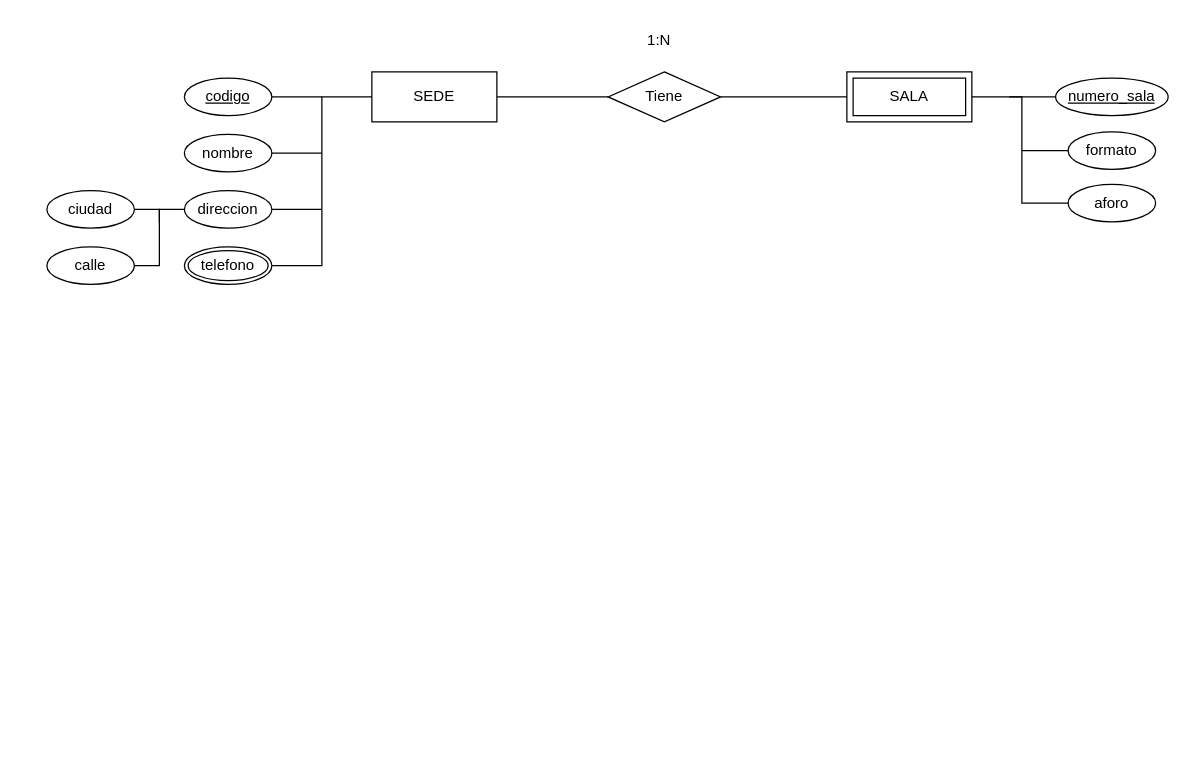
Above: Modelado/Parcial_Nocturna_DB1.drawio in jcabarcasr/Investigaciones-DB1-DB2 (draw.io), before the change. Source tidied: cells renumbered, new cells numbered last; positions are measured from the earlier drawing's top-left corner, leaving out a move shared by most shapes. Both pictures are drawn from the tidied source at 125%, with x=0, y=0 at pixel (46, 21).
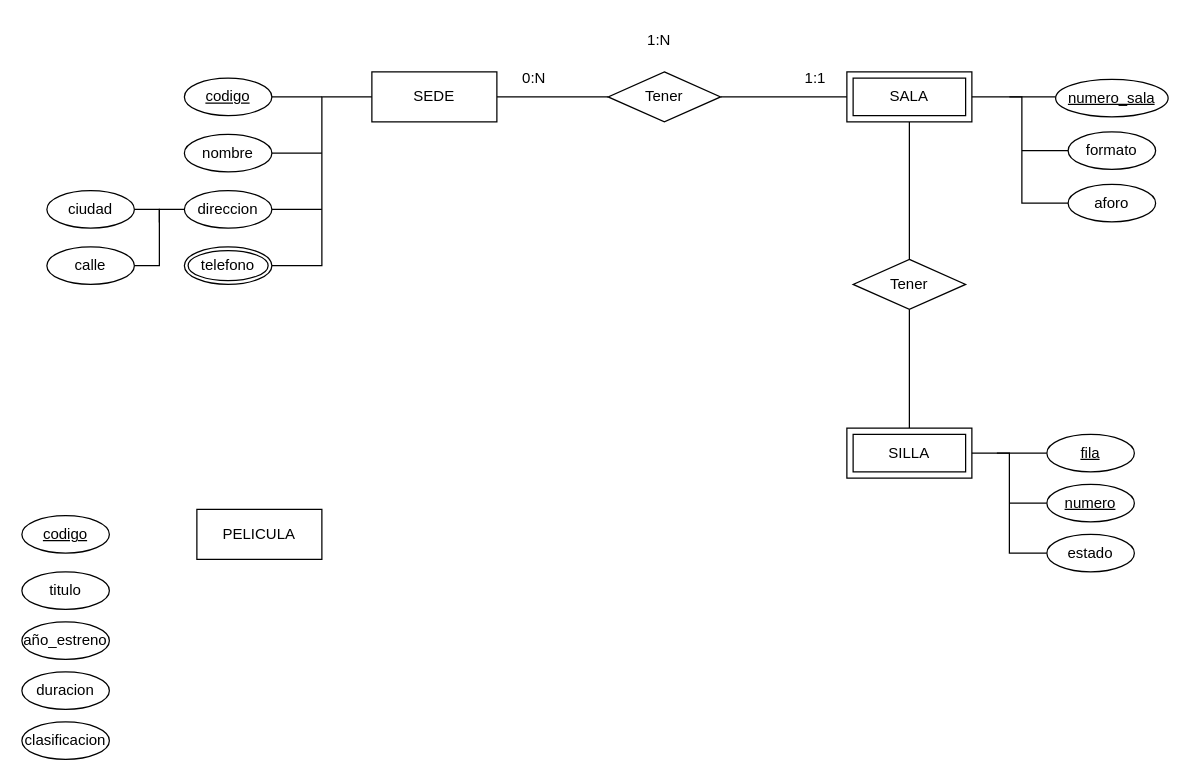
The same diagram, later.

Unchanged cells that the change refers to:
```xml
<mxCell id="16" value="SALA" style="shape=ext;margin=3;double=1;whiteSpace=wrap;html=1;align=center;" parent="1" vertex="1">
  <mxGeometry x="640" y="40" width="100" height="40" as="geometry" />
</mxCell>
```

Change to the diagram source:
```diff
@@
-    <mxCell id="17" style="edgeStyle=orthogonalEdgeStyle;rounded=0;jettySize=auto;html=1;endArrow=none;endFill=0;" parent="1" edge="1" source="18">
+    <mxCell id="17" style="edgeStyle=orthogonalEdgeStyle;rounded=0;orthogonalLoop=1;jettySize=auto;html=1;endArrow=none;endFill=0;" parent="1" edge="1">
       <mxGeometry relative="1" as="geometry">
+        <mxPoint x="807" y="60" as="sourcePoint" />
         <mxPoint x="770" y="60" as="targetPoint" />
       </mxGeometry>
     </mxCell>
-    <mxCell id="18" value="numero_sala" style="ellipse;whiteSpace=wrap;html=1;align=center;fontStyle=4;" parent="1" vertex="1">
-      <mxGeometry x="807" y="45" width="90" height="30" as="geometry" />
-    </mxCell>
@@
-    <mxCell id="24" value="Tiene" style="shape=rhombus;perimeter=rhombusPerimeter;whiteSpace=wrap;html=1;align=center;" parent="1" vertex="1">
+    <mxCell id="24" value="Tener" style="shape=rhombus;perimeter=rhombusPerimeter;whiteSpace=wrap;html=1;align=center;" parent="1" vertex="1">
       <mxGeometry x="449" y="40" width="90" height="40" as="geometry" />
     </mxCell>
@@
+    <mxCell id="26" style="edgeStyle=orthogonalEdgeStyle;rounded=0;jettySize=auto;html=1;entryX=0.5;entryY=1;entryDx=0;entryDy=0;endArrow=none;endFill=0;" parent="1" edge="1" source="27" target="16">
+      <mxGeometry relative="1" as="geometry" />
+    </mxCell>
+    <mxCell id="27" value="Tener" style="shape=rhombus;perimeter=rhombusPerimeter;whiteSpace=wrap;html=1;align=center;" parent="1" vertex="1">
+      <mxGeometry x="645" y="190" width="90" height="40" as="geometry" />
+    </mxCell>
+    <mxCell id="28" style="edgeStyle=orthogonalEdgeStyle;rounded=0;jettySize=auto;html=1;entryX=0.5;entryY=1;entryDx=0;entryDy=0;endArrow=none;endFill=0;" parent="1" edge="1" source="29" target="27">
+      <mxGeometry relative="1" as="geometry" />
+    </mxCell>
+    <mxCell id="29" value="SILLA" style="shape=ext;margin=3;double=1;whiteSpace=wrap;html=1;align=center;" parent="1" vertex="1">
+      <mxGeometry x="640" y="325" width="100" height="40" as="geometry" />
+    </mxCell>
+    <mxCell id="30" style="edgeStyle=orthogonalEdgeStyle;rounded=0;jettySize=auto;html=1;endArrow=none;endFill=0;" parent="1" edge="1" source="31">
+      <mxGeometry relative="1" as="geometry">
+        <mxPoint x="760" y="345" as="targetPoint" />
+      </mxGeometry>
+    </mxCell>
+    <mxCell id="31" value="fila" style="ellipse;whiteSpace=wrap;html=1;align=center;fontStyle=4;" parent="1" vertex="1">
+      <mxGeometry x="800" y="330" width="70" height="30" as="geometry" />
+    </mxCell>
+    <mxCell id="32" style="edgeStyle=orthogonalEdgeStyle;rounded=0;jettySize=auto;html=1;endArrow=none;endFill=0;" parent="1" edge="1" source="33">
+      <mxGeometry relative="1" as="geometry">
+        <mxPoint x="770" y="385" as="targetPoint" />
+      </mxGeometry>
+    </mxCell>
+    <mxCell id="33" value="numero" style="ellipse;whiteSpace=wrap;html=1;align=center;fontStyle=4;" parent="1" vertex="1">
+      <mxGeometry x="800" y="370" width="70" height="30" as="geometry" />
+    </mxCell>
+    <mxCell id="34" style="edgeStyle=orthogonalEdgeStyle;rounded=0;jettySize=auto;html=1;entryX=1;entryY=0.5;entryDx=0;entryDy=0;endArrow=none;endFill=0;" parent="1" edge="1" source="35" target="29">
+      <mxGeometry relative="1" as="geometry" />
+    </mxCell>
+    <mxCell id="35" value="estado" style="ellipse;whiteSpace=wrap;html=1;align=center;" parent="1" vertex="1">
+      <mxGeometry x="800" y="410" width="70" height="30" as="geometry" />
+    </mxCell>
+    <mxCell id="36" value="1:1" style="text;html=1;whiteSpace=wrap;strokeColor=none;fillColor=none;align=center;verticalAlign=middle;rounded=0;" parent="1" vertex="1">
+      <mxGeometry x="585" y="30" width="60" height="30" as="geometry" />
+    </mxCell>
+    <mxCell id="37" value="0:N" style="text;html=1;whiteSpace=wrap;strokeColor=none;fillColor=none;align=center;verticalAlign=middle;rounded=0;" parent="1" vertex="1">
+      <mxGeometry x="360" y="30" width="60" height="30" as="geometry" />
+    </mxCell>
+    <mxCell id="38" value="PELICULA" style="whiteSpace=wrap;html=1;align=center;" parent="1" vertex="1">
+      <mxGeometry x="120" y="390" width="100" height="40" as="geometry" />
+    </mxCell>
+    <mxCell id="39" value="codigo" style="ellipse;whiteSpace=wrap;html=1;align=center;fontStyle=4;" parent="1" vertex="1">
+      <mxGeometry x="-20" y="395" width="70" height="30" as="geometry" />
+    </mxCell>
+    <mxCell id="40" value="titulo" style="ellipse;whiteSpace=wrap;html=1;align=center;" parent="1" vertex="1">
+      <mxGeometry x="-20" y="440" width="70" height="30" as="geometry" />
+    </mxCell>
+    <mxCell id="41" value="año_estreno" style="ellipse;whiteSpace=wrap;html=1;align=center;" parent="1" vertex="1">
+      <mxGeometry x="-20" y="480" width="70" height="30" as="geometry" />
+    </mxCell>
+    <mxCell id="42" value="duracion" style="ellipse;whiteSpace=wrap;html=1;align=center;" parent="1" vertex="1">
+      <mxGeometry x="-20" y="520" width="70" height="30" as="geometry" />
+    </mxCell>
+    <mxCell id="43" value="clasificacion" style="ellipse;whiteSpace=wrap;html=1;align=center;" parent="1" vertex="1">
+      <mxGeometry x="-20" y="560" width="70" height="30" as="geometry" />
+    </mxCell>
+    <mxCell id="18" value="numero_sala" style="ellipse;whiteSpace=wrap;html=1;align=center;fontStyle=20;" parent="1" vertex="1">
+      <mxGeometry x="807" y="46" width="90" height="30" as="geometry" />
+    </mxCell>
```
